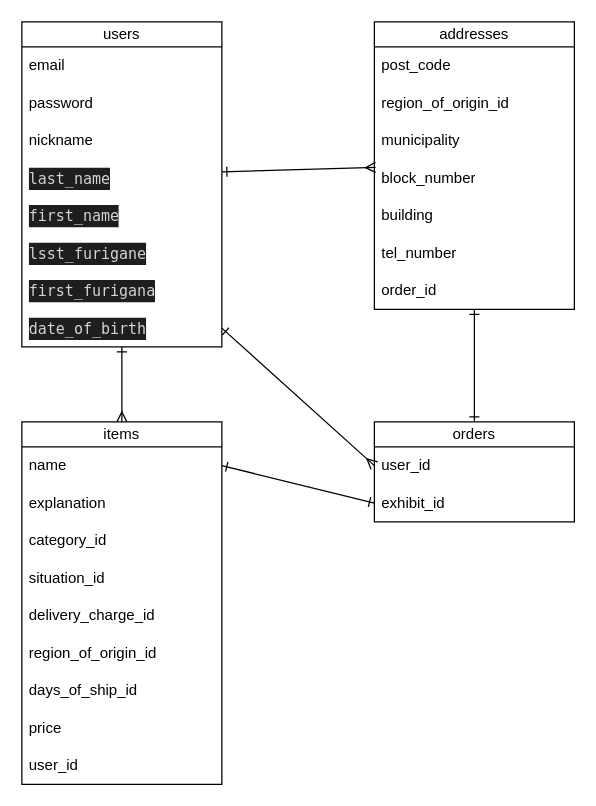
Earlier version of the draw.io diagram furima.dio (testmpc/furima-38889). Source tidied: cells renumbered, new cells numbered last; positions are measured from the earlier drawing's top-left corner, leaving out a move shared by most shapes. Both pictures are drawn from the tidied source at 125%, with x=0, y=0 at pixel (21, 21).
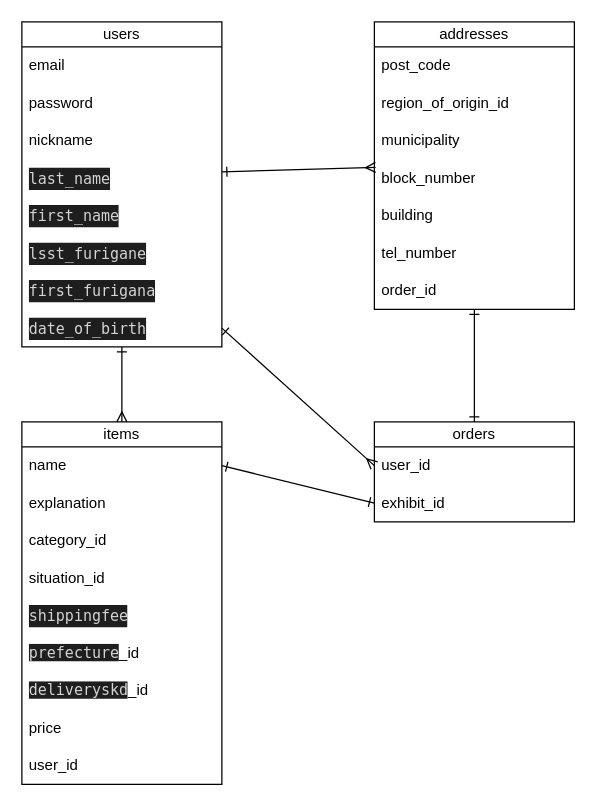
After the change.

The change refers to these unchanged cells:
```xml
<mxCell id="2" value="items" style="swimlane;fontStyle=0;horizontal=1;startSize=20;whiteSpace=wrap;html=1;" parent="1" vertex="1">
  <mxGeometry y="320" width="160" height="290" as="geometry" />
</mxCell>
```

Diff of the diagram source:
```diff
@@
-    <mxCell id="7" value="delivery_charge_id" style="text;strokeColor=none;fillColor=none;align=left;verticalAlign=middle;spacingLeft=4;spacingRight=4;overflow=hidden;whiteSpace=wrap;html=1;" parent="2" vertex="1">
+    <mxCell id="7" value="&lt;div style=&quot;color: rgb(212, 212, 212); background-color: rgb(30, 30, 30); font-family: Menlo, Monaco, &amp;quot;Courier New&amp;quot;, monospace; line-height: 18px;&quot;&gt;shippingfee&lt;/div&gt;" style="text;strokeColor=none;fillColor=none;align=left;verticalAlign=middle;spacingLeft=4;spacingRight=4;overflow=hidden;whiteSpace=wrap;html=1;" parent="2" vertex="1">
       <mxGeometry y="140" width="160" height="30" as="geometry" />
     </mxCell>
-    <mxCell id="8" value="region_of_origin_id" style="text;strokeColor=none;fillColor=none;align=left;verticalAlign=middle;spacingLeft=4;spacingRight=4;overflow=hidden;whiteSpace=wrap;html=1;" parent="2" vertex="1">
+    <mxCell id="8" value="&lt;span style=&quot;background-color: rgb(30, 30, 30); color: rgb(212, 212, 212); font-family: Menlo, Monaco, &amp;quot;Courier New&amp;quot;, monospace;&quot;&gt;prefecture&lt;/span&gt;_id" style="text;strokeColor=none;fillColor=none;align=left;verticalAlign=middle;spacingLeft=4;spacingRight=4;overflow=hidden;whiteSpace=wrap;html=1;" parent="2" vertex="1">
       <mxGeometry y="170" width="160" height="30" as="geometry" />
     </mxCell>
-    <mxCell id="9" value="days_of_ship_id" style="text;strokeColor=none;fillColor=none;align=left;verticalAlign=middle;spacingLeft=4;spacingRight=4;overflow=hidden;whiteSpace=wrap;html=1;" parent="2" vertex="1">
+    <mxCell id="9" value="&lt;span style=&quot;background-color: rgb(30, 30, 30); color: rgb(212, 212, 212); font-family: Menlo, Monaco, &amp;quot;Courier New&amp;quot;, monospace;&quot;&gt;deliveryskd&lt;/span&gt;_id" style="text;strokeColor=none;fillColor=none;align=left;verticalAlign=middle;spacingLeft=4;spacingRight=4;overflow=hidden;whiteSpace=wrap;html=1;" parent="2" vertex="1">
       <mxGeometry y="200" width="160" height="30" as="geometry" />
     </mxCell>
```
